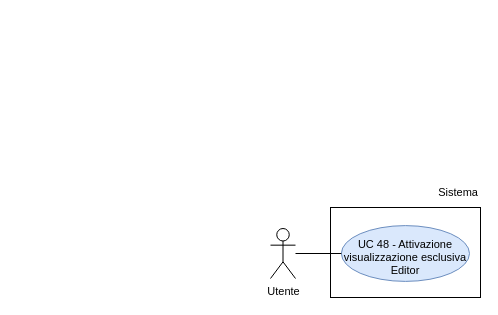
Above: RTB/doc_esterna/analisi-dei-requisiti/assets/draw.io/UC48.drawio in thebitless-group-swe/thebitless.github.io (draw.io), before the change. Source tidied: cells renumbered, new cells numbered last; positions are measured from the earlier drawing's top-left corner, leaving out a move shared by most shapes. Both pictures are drawn from the tidied source at 100%, with x=0, y=0 at pixel (270, 177).
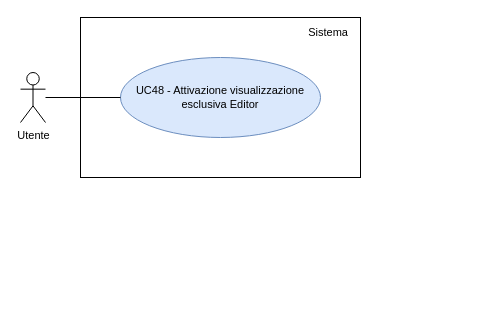
The same diagram, later.

Change to the diagram source:
```diff
@@
 <mxGraphModel>
   <root>
     <mxCell id="0" />
     <mxCell id="1" parent="0" />
     <mxCell id="2" value="Utente" style="shape=umlActor;verticalLabelPosition=bottom;verticalAlign=top;html=1;outlineConnect=0;fontSize=11;" parent="1" vertex="1">
-      <mxGeometry y="51" width="25" height="50" as="geometry" />
+      <mxGeometry x="-250" y="-105" width="25" height="50" as="geometry" />
     </mxCell>
-    <mxCell id="3" style="rounded=0;whiteSpace=wrap;html=1;strokeWidth=1;" parent="1" vertex="1">
-      <mxGeometry x="60" y="30" width="150" height="90" as="geometry" />
-    </mxCell>
+    <mxCell id="8" style="rounded=0;whiteSpace=wrap;html=1;strokeWidth=1;" parent="1" vertex="1">
+      <mxGeometry x="-190" y="-160" width="280" height="160" as="geometry" />
+    </mxCell>
     <mxCell id="4" value="Sistema" style="text;html=1;whiteSpace=wrap;strokeColor=none;fillColor=none;align=right;verticalAlign=middle;fontSize=11;" parent="1" vertex="1">
-      <mxGeometry x="150" width="60" height="30" as="geometry" />
+      <mxGeometry x="10" y="-155" width="70" height="20" as="geometry" />
     </mxCell>
-    <mxCell id="5" value="UC 48 - Attivazione visualizzazione esclusiva Editor" style="ellipse;whiteSpace=wrap;html=1;fillColor=#dae8fc;strokeColor=#6c8ebf;fontSize=11;spacingBottom=-7;" parent="1" vertex="1">
-      <mxGeometry x="70.9" y="48.1" width="128.1" height="55.8" as="geometry" />
-    </mxCell>
-    <mxCell id="6" style="edgeStyle=none;rounded=0;jettySize=auto;html=1;endArrow=none;endFill=0;" parent="1" edge="1" source="2" target="5">
-      <mxGeometry relative="1" as="geometry" />
-    </mxCell>
-    <mxCell id="7" style="edgeStyle=orthogonalEdgeStyle;rounded=0;orthogonalLoop=1;jettySize=auto;html=1;exitX=0.5;exitY=1;exitDx=0;exitDy=0;" parent="1" edge="1" source="4" target="4">
-      <mxGeometry relative="1" as="geometry" />
-    </mxCell>
+    <mxCell id="9" value="UC48 - Attivazione visualizzazione esclusiva Editor" style="ellipse;whiteSpace=wrap;html=1;fillColor=#dae8fc;strokeColor=#6c8ebf;fontSize=11;" parent="1" vertex="1">
+      <mxGeometry x="-150" y="-120" width="200" height="80" as="geometry" />
+    </mxCell>
+    <mxCell id="10" style="edgeStyle=none;rounded=0;jettySize=auto;html=1;endArrow=none;endFill=0;" parent="1" edge="1" source="2" target="9">
+      <mxGeometry relative="1" as="geometry" />
+    </mxCell>
   </root>
 </mxGraphModel>
```
